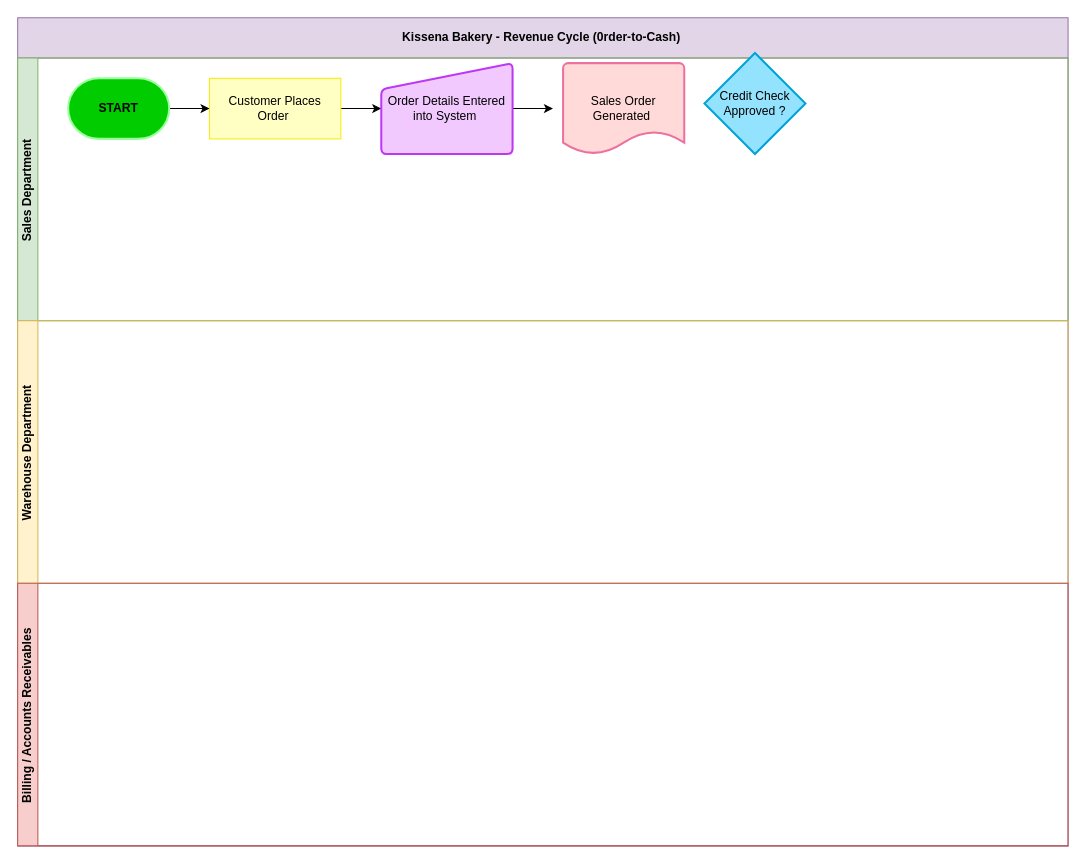
Before: page "Page 1" (1 of 2) of Revenue_Cycle_Controls.drawio in Diana-r26/drawio, a draw.io diagram. Source tidied: cells renumbered, new cells numbered last; positions are measured from the earlier drawing's top-left corner, leaving out a move shared by most shapes. Both pictures are drawn from the tidied source at 101%, with x=0, y=0 at pixel (17, 17).
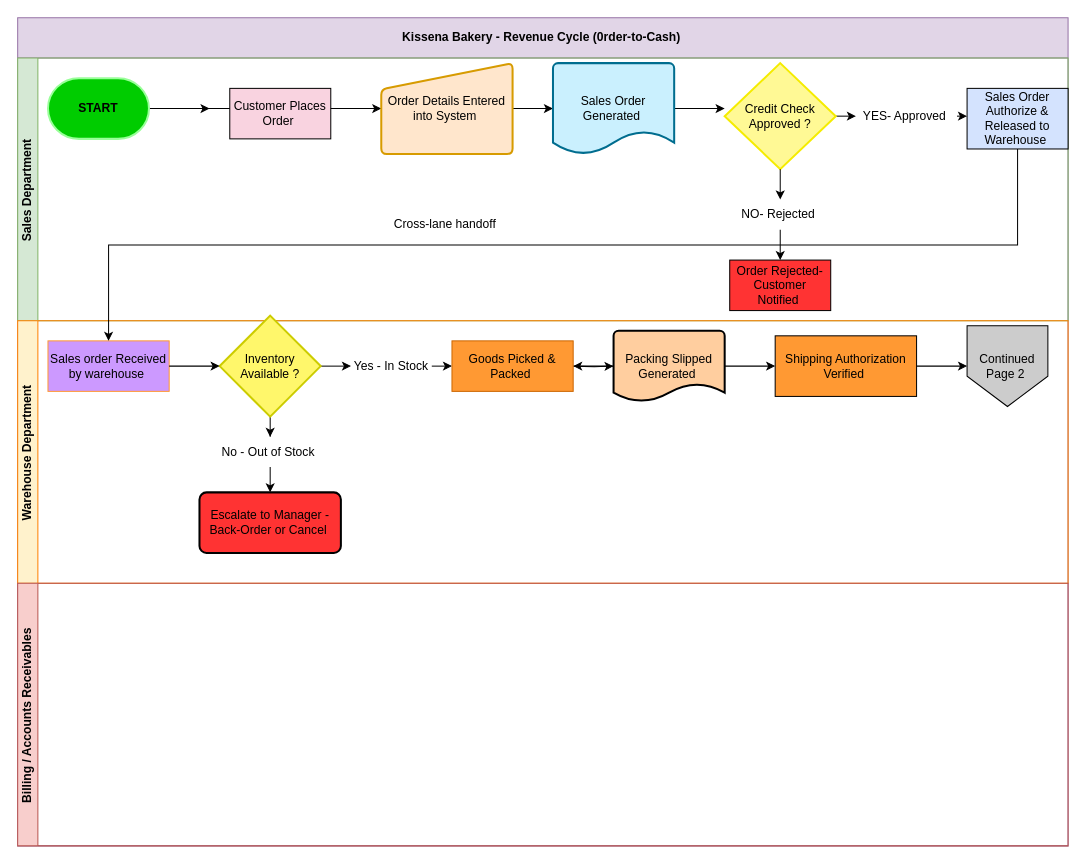
After the change.

Unchanged cells that the change refers to:
```xml
<mxCell id="2" value="Kissena Bakery - Revenue Cycle (0rder-to-Cash)&amp;nbsp;" style="swimlane;horizontal=1;startSize=40;html=1;fillColor=#e1d5e7;strokeColor=#9673a6;" parent="1" vertex="1">
  <mxGeometry width="1040" height="820" as="geometry" />
</mxCell>
<mxCell id="3" value="Sales Department&amp;nbsp;" style="swimlane;startSize=20;horizontal=0;html=1;fillColor=#d5e8d4;strokeColor=#82b366;fillStyle=solid;" parent="2" vertex="1">
  <mxGeometry y="40" width="1040" height="260" as="geometry" />
</mxCell>
```

Change to the diagram source:
```diff
@@
-    <mxCell id="4" style="edgeStyle=orthogonalEdgeStyle;rounded=0;jettySize=auto;html=1;" parent="3" edge="1" source="7" target="8">
-      <mxGeometry relative="1" as="geometry" />
+    <mxCell id="4" style="edgeStyle=orthogonalEdgeStyle;rounded=0;jettySize=auto;html=1;" parent="3" edge="1" source="7">
+      <mxGeometry relative="1" as="geometry">
+        <mxPoint x="190" y="50" as="targetPoint" />
+      </mxGeometry>
     </mxCell>
@@
     <mxCell id="7" value="&lt;b&gt;START&lt;/b&gt;" style="strokeWidth=2;html=1;shape=mxgraph.flowchart.terminator;whiteSpace=wrap;fillColor=#00CC00;strokeColor=#99FF99;" parent="3" vertex="1">
-      <mxGeometry x="50" y="20" width="100" height="60" as="geometry" />
+      <mxGeometry x="30" y="20" width="100" height="60" as="geometry" />
     </mxCell>
+    <mxCell id="14" style="edgeStyle=orthogonalEdgeStyle;rounded=0;jettySize=auto;html=1;" parent="3" edge="1" source="10">
+      <mxGeometry relative="1" as="geometry">
+        <mxPoint x="700" y="50" as="targetPoint" />
+      </mxGeometry>
+    </mxCell>
+    <mxCell id="9" value="Order Details Entered into System&amp;nbsp;" style="html=1;strokeWidth=2;shape=manualInput;whiteSpace=wrap;rounded=1;size=26;arcSize=11;align=center;fillColor=#ffe6cc;strokeColor=#d79b00;" parent="3" vertex="1">
+      <mxGeometry x="360" y="5" width="130" height="90" as="geometry" />
+    </mxCell>
+    <mxCell id="15" style="edgeStyle=orthogonalEdgeStyle;rounded=0;jettySize=auto;html=1;exitX=1;exitY=0.5;exitDx=0;exitDy=0;exitPerimeter=0;" parent="3" edge="1" source="11">
+      <mxGeometry relative="1" as="geometry">
+        <mxPoint x="830" y="57" as="targetPoint" />
+      </mxGeometry>
+    </mxCell>
+    <mxCell id="11" value="Credit Check Approved ?" style="strokeWidth=2;html=1;shape=mxgraph.flowchart.decision;whiteSpace=wrap;strokeColor=light-dark(#f5ec00, #ededed);fillColor=light-dark(#fff995, #ededed);" parent="3" vertex="1">
+      <mxGeometry x="700" y="5" width="110" height="105" as="geometry" />
+    </mxCell>
+    <mxCell id="16" style="edgeStyle=orthogonalEdgeStyle;rounded=0;jettySize=auto;html=1;exitX=0.5;exitY=1;exitDx=0;exitDy=0;entryX=0.5;entryY=0;entryDx=0;entryDy=0;" parent="3" edge="1" source="17" target="21">
+      <mxGeometry relative="1" as="geometry" />
+    </mxCell>
+    <mxCell id="17" value="NO- Rejected&amp;nbsp;" style="text;html=1;whiteSpace=wrap;strokeColor=none;fillColor=none;align=center;verticalAlign=middle;rounded=0;" parent="3" vertex="1">
+      <mxGeometry x="710" y="140" width="90" height="30" as="geometry" />
+    </mxCell>
+    <mxCell id="18" style="edgeStyle=orthogonalEdgeStyle;rounded=0;jettySize=auto;html=1;exitX=1;exitY=0.5;exitDx=0;exitDy=0;entryX=0;entryY=0.5;entryDx=0;entryDy=0;" parent="3" edge="1" source="19">
+      <mxGeometry relative="1" as="geometry">
+        <mxPoint x="940" y="57.5" as="targetPoint" />
+      </mxGeometry>
+    </mxCell>
+    <mxCell id="19" value="YES- Approved&amp;nbsp;" style="text;html=1;whiteSpace=wrap;strokeColor=none;fillColor=none;align=center;verticalAlign=middle;rounded=0;" parent="3" vertex="1">
+      <mxGeometry x="830" y="42.5" width="100" height="30" as="geometry" />
+    </mxCell>
+    <mxCell id="20" style="edgeStyle=orthogonalEdgeStyle;rounded=0;jettySize=auto;html=1;exitX=0.5;exitY=1;exitDx=0;exitDy=0;exitPerimeter=0;" parent="3" edge="1" source="11">
+      <mxGeometry relative="1" as="geometry">
+        <mxPoint x="755" y="140" as="targetPoint" />
+      </mxGeometry>
+    </mxCell>
+    <mxCell id="10" value="Sales Order Generated&amp;nbsp;" style="strokeWidth=2;html=1;shape=mxgraph.flowchart.document2;whiteSpace=wrap;size=0.25;fillColor=light-dark(#caf0fe, #ededed);strokeColor=light-dark(#006d8f, #ededed);" parent="3" vertex="1">
+      <mxGeometry x="530" y="5" width="120" height="90" as="geometry" />
+    </mxCell>
-    <mxCell id="8" value="Customer Places Order&amp;nbsp;" style="rounded=0;whiteSpace=wrap;html=1;strokeColor=light-dark(#f5ec00, #ededed);fillColor=light-dark(#FFFFC4,#EDEDED);" parent="3" vertex="1">
-      <mxGeometry x="190" y="20" width="130" height="60" as="geometry" />
+    <mxCell id="8" value="Customer Places Order&amp;nbsp;" style="html=1;dashed=0;whiteSpace=wrap;fillColor=#F9D3E0;" parent="3" vertex="1">
+      <mxGeometry x="210" y="30" width="100" height="50" as="geometry" />
     </mxCell>
-    <mxCell id="9" value="Order Details Entered into System&amp;nbsp;" style="html=1;strokeWidth=2;shape=manualInput;whiteSpace=wrap;rounded=1;size=26;arcSize=11;align=center;fillColor=light-dark(#f1c9fe, #ededed);strokeColor=light-dark(#be38f3, #ededed);" parent="3" vertex="1">
-      <mxGeometry x="360" y="5" width="130" height="90" as="geometry" />
-    </mxCell>
-    <mxCell id="10" value="Sales Order Generated&amp;nbsp;" style="strokeWidth=2;html=1;shape=mxgraph.flowchart.document2;whiteSpace=wrap;size=0.25;fillColor=light-dark(#ffdad8, #ededed);strokeColor=light-dark(#ed719e, #ededed);" parent="3" vertex="1">
-      <mxGeometry x="540" y="5" width="120" height="90" as="geometry" />
-    </mxCell>
-    <mxCell id="11" value="Credit Check Approved ?" style="strokeWidth=2;html=1;shape=mxgraph.flowchart.decision;whiteSpace=wrap;strokeColor=light-dark(#00a3d7, #ededed);fillColor=light-dark(#94e3fe, #ededed);" parent="3" vertex="1">
-      <mxGeometry x="680" y="-5" width="100" height="100" as="geometry" />
-    </mxCell>
+    <mxCell id="21" value="Order Rejected- Customer Notified&amp;nbsp;" style="html=1;dashed=0;whiteSpace=wrap;fillColor=#FF3333;" parent="3" vertex="1">
+      <mxGeometry x="705" y="200" width="100" height="50" as="geometry" />
+    </mxCell>
+    <mxCell id="22" value="Sales Order Authorize &amp;amp; Released to Warehouse&amp;nbsp;" style="html=1;dashed=0;whiteSpace=wrap;fillColor=#D4E3FE;" parent="3" vertex="1">
+      <mxGeometry x="940" y="30" width="100" height="60" as="geometry" />
+    </mxCell>
-    <mxCell id="12" value="Warehouse Department&amp;nbsp;" style="swimlane;startSize=20;horizontal=0;html=1;fillColor=#fff2cc;strokeColor=#d6b656;" parent="2" vertex="1">
+    <mxCell id="12" value="Warehouse Department&amp;nbsp;" style="swimlane;startSize=20;horizontal=0;html=1;fillColor=#fff2cc;strokeColor=#FF8000;" parent="2" vertex="1">
       <mxGeometry y="300" width="1040" height="260" as="geometry" />
     </mxCell>
+    <mxCell id="23" value="Sales order Received by warehouse&amp;nbsp;" style="html=1;dashed=0;whiteSpace=wrap;fillColor=#CC99FF;strokeColor=#FF9933;" parent="12" vertex="1">
+      <mxGeometry x="30" y="20" width="120" height="50" as="geometry" />
+    </mxCell>
+    <mxCell id="24" style="edgeStyle=orthogonalEdgeStyle;rounded=0;jettySize=auto;html=1;exitX=0.5;exitY=1;exitDx=0;exitDy=0;exitPerimeter=0;" parent="12" edge="1" source="26" target="31">
+      <mxGeometry relative="1" as="geometry" />
+    </mxCell>
+    <mxCell id="25" style="edgeStyle=orthogonalEdgeStyle;rounded=0;jettySize=auto;html=1;exitX=1;exitY=0.5;exitDx=0;exitDy=0;exitPerimeter=0;entryX=0;entryY=0.5;entryDx=0;entryDy=0;" parent="12" edge="1" source="26" target="29">
+      <mxGeometry relative="1" as="geometry" />
+    </mxCell>
+    <mxCell id="26" value="Inventory Available ?" style="strokeWidth=2;html=1;shape=mxgraph.flowchart.decision;whiteSpace=wrap;fillColor=light-dark(#fff76b, #1f2f1e);strokeColor=#CCCC00;" parent="12" vertex="1">
+      <mxGeometry x="200" y="-5" width="100" height="100" as="geometry" />
+    </mxCell>
+    <mxCell id="27" style="edgeStyle=orthogonalEdgeStyle;rounded=0;jettySize=auto;html=1;exitX=1;exitY=0.5;exitDx=0;exitDy=0;entryX=0;entryY=0.5;entryDx=0;entryDy=0;entryPerimeter=0;" parent="12" edge="1" source="23" target="26">
+      <mxGeometry relative="1" as="geometry" />
+    </mxCell>
+    <mxCell id="28" style="edgeStyle=orthogonalEdgeStyle;rounded=0;jettySize=auto;html=1;exitX=1;exitY=0.5;exitDx=0;exitDy=0;entryX=0;entryY=0.5;entryDx=0;entryDy=0;" parent="12" edge="1" source="29">
+      <mxGeometry relative="1" as="geometry">
+        <mxPoint x="430" y="45" as="targetPoint" />
+      </mxGeometry>
+    </mxCell>
+    <mxCell id="29" value="Yes - In Stock" style="text;html=1;whiteSpace=wrap;strokeColor=none;fillColor=none;align=center;verticalAlign=middle;rounded=0;" parent="12" vertex="1">
+      <mxGeometry x="330" y="30" width="80" height="30" as="geometry" />
+    </mxCell>
+    <mxCell id="30" style="edgeStyle=orthogonalEdgeStyle;rounded=0;jettySize=auto;html=1;exitX=0.5;exitY=1;exitDx=0;exitDy=0;entryX=0.5;entryY=0;entryDx=0;entryDy=0;" parent="12" edge="1" source="31" target="32">
+      <mxGeometry relative="1" as="geometry" />
+    </mxCell>
+    <mxCell id="31" value="No - Out of Stock&amp;nbsp;" style="text;html=1;whiteSpace=wrap;strokeColor=none;fillColor=none;align=center;verticalAlign=middle;rounded=0;" parent="12" vertex="1">
+      <mxGeometry x="200" y="115" width="100" height="30" as="geometry" />
+    </mxCell>
+    <mxCell id="32" value="Escalate to Manager - Back-Order or Cancel&amp;nbsp;" style="rounded=1;whiteSpace=wrap;html=1;absoluteArcSize=1;arcSize=14;strokeWidth=2;fillColor=#FF3333;" parent="12" vertex="1">
+      <mxGeometry x="180" y="170" width="140" height="60" as="geometry" />
+    </mxCell>
+    <mxCell id="33" style="edgeStyle=orthogonalEdgeStyle;rounded=0;jettySize=auto;html=1;exitX=1;exitY=0.5;exitDx=0;exitDy=0;exitPerimeter=0;entryX=0;entryY=0.5;entryDx=0;entryDy=0;" parent="12" edge="1" source="35" target="39">
+      <mxGeometry relative="1" as="geometry" />
+    </mxCell>
+    <mxCell id="34" style="edgeStyle=orthogonalEdgeStyle;rounded=0;jettySize=auto;html=1;" parent="12" edge="1" source="35" target="37">
+      <mxGeometry relative="1" as="geometry" />
+    </mxCell>
+    <mxCell id="35" value="Packing Slipped Generated&amp;nbsp;" style="strokeWidth=2;html=1;shape=mxgraph.flowchart.document2;whiteSpace=wrap;size=0.25;fillColor=#FFCE9F;" parent="12" vertex="1">
+      <mxGeometry x="590" y="10" width="110" height="70" as="geometry" />
+    </mxCell>
+    <mxCell id="36" style="edgeStyle=orthogonalEdgeStyle;rounded=0;jettySize=auto;html=1;exitX=1;exitY=0.5;exitDx=0;exitDy=0;entryX=0;entryY=0.5;entryDx=0;entryDy=0;entryPerimeter=0;" parent="12" edge="1" target="35">
+      <mxGeometry relative="1" as="geometry">
+        <mxPoint x="550" y="45" as="sourcePoint" />
+      </mxGeometry>
+    </mxCell>
+    <mxCell id="37" value="Goods Picked &amp;amp; Packed&amp;nbsp;" style="html=1;dashed=0;whiteSpace=wrap;fillColor=#FF9933;strokeColor=#CC6600;" parent="12" vertex="1">
+      <mxGeometry x="430" y="20" width="120" height="50" as="geometry" />
+    </mxCell>
+    <mxCell id="38" style="edgeStyle=orthogonalEdgeStyle;rounded=0;jettySize=auto;html=1;exitX=1;exitY=0.5;exitDx=0;exitDy=0;entryX=0;entryY=0.5;entryDx=0;entryDy=0;" parent="12" edge="1" source="39" target="40">
+      <mxGeometry relative="1" as="geometry" />
+    </mxCell>
+    <mxCell id="39" value="Shipping Authorization Verified&amp;nbsp;" style="html=1;dashed=0;whiteSpace=wrap;fillColor=#FF9933;" parent="12" vertex="1">
+      <mxGeometry x="750" y="15" width="140" height="60" as="geometry" />
+    </mxCell>
+    <mxCell id="40" value="Continued Page 2&amp;nbsp;" style="shape=offPageConnector;whiteSpace=wrap;html=1;fillColor=#CCCCCC;" parent="12" vertex="1">
+      <mxGeometry x="940" y="5" width="80" height="80" as="geometry" />
+    </mxCell>
@@
+    <mxCell id="41" style="edgeStyle=orthogonalEdgeStyle;rounded=0;jettySize=auto;html=1;exitX=0.5;exitY=1;exitDx=0;exitDy=0;entryX=0.5;entryY=0;entryDx=0;entryDy=0;" parent="2" edge="1" source="22" target="23">
+      <mxGeometry relative="1" as="geometry" />
+    </mxCell>
+    <mxCell id="42" value="Cross-lane handoff&amp;nbsp;" style="text;html=1;whiteSpace=wrap;strokeColor=none;fillColor=none;align=center;verticalAlign=middle;rounded=0;" parent="1" vertex="1">
+      <mxGeometry x="360" y="190" width="130" height="30" as="geometry" />
+    </mxCell>
```
